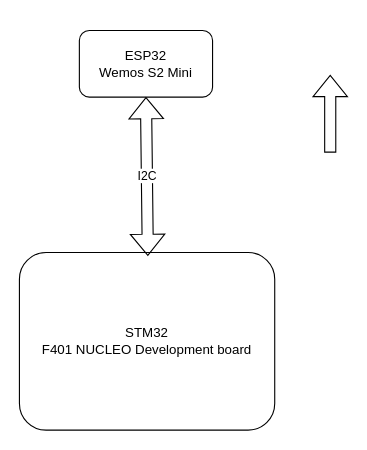
Before: Assets/Diagramma senza titolo.drawio in castagnoemanuele/STM32-smart-alarm, a draw.io diagram. Source tidied: cells renumbered, new cells numbered last; positions are measured from the earlier drawing's top-left corner, leaving out a move shared by most shapes. Both pictures are drawn from the tidied source at 111%, with x=0, y=0 at pixel (19, 30).
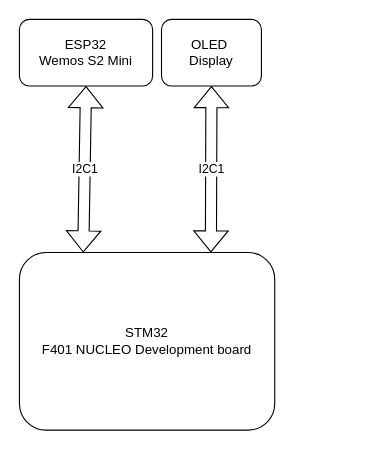
After the change.

Diff of the diagram source:
```diff
@@
 <mxGraphModel>
   <root>
     <mxCell id="0" />
     <mxCell id="1" parent="0" />
     <mxCell id="2" value="STM32&lt;div&gt;F401 NUCLEO Development board&lt;/div&gt;" style="rounded=1;whiteSpace=wrap;html=1;" parent="1" vertex="1">
       <mxGeometry y="200" width="230" height="160" as="geometry" />
     </mxCell>
     <mxCell id="3" value="ESP32&lt;div&gt;Wemos S2 Mini&lt;/div&gt;" style="rounded=1;whiteSpace=wrap;html=1;" parent="1" vertex="1">
-      <mxGeometry x="54" width="120" height="60" as="geometry" />
+      <mxGeometry y="-10" width="120" height="60" as="geometry" />
     </mxCell>
-    <mxCell id="4" value="I2C" style="shape=flexArrow;endArrow=classic;startArrow=classic;html=1;rounded=0;entryX=0.5;entryY=1;entryDx=0;entryDy=0;exitX=0.503;exitY=0.019;exitDx=0;exitDy=0;exitPerimeter=0;" parent="1" edge="1" source="2" target="3">
+    <mxCell id="4" value="I2C1" style="shape=flexArrow;endArrow=classic;startArrow=classic;html=1;rounded=0;entryX=0.5;entryY=1;entryDx=0;entryDy=0;exitX=0.25;exitY=0;exitDx=0;exitDy=0;" parent="1" edge="1" source="2" target="3">
       <mxGeometry relative="1" as="geometry" />
     </mxCell>
-    <mxCell id="5" style="shape=flexArrow;endArrow=classic;html=1;rounded=0;" parent="1" edge="1">
-      <mxGeometry relative="1" as="geometry">
-        <mxPoint x="280" y="110" as="sourcePoint" />
-        <mxPoint x="280" y="40" as="targetPoint" />
-      </mxGeometry>
-    </mxCell>
+    <mxCell id="6" value="I2C1" style="shape=flexArrow;endArrow=classic;startArrow=classic;html=1;rounded=0;entryX=0.5;entryY=1;entryDx=0;entryDy=0;exitX=0.75;exitY=0;exitDx=0;exitDy=0;" parent="1" edge="1" source="2" target="7">
+      <mxGeometry relative="1" as="geometry" />
+    </mxCell>
+    <mxCell id="7" value="OLED&amp;nbsp;&lt;div&gt;Display&lt;/div&gt;" style="rounded=1;whiteSpace=wrap;html=1;" parent="1" vertex="1">
+      <mxGeometry x="128" y="-10" width="90" height="60" as="geometry" />
+    </mxCell>
   </root>
 </mxGraphModel>
```
